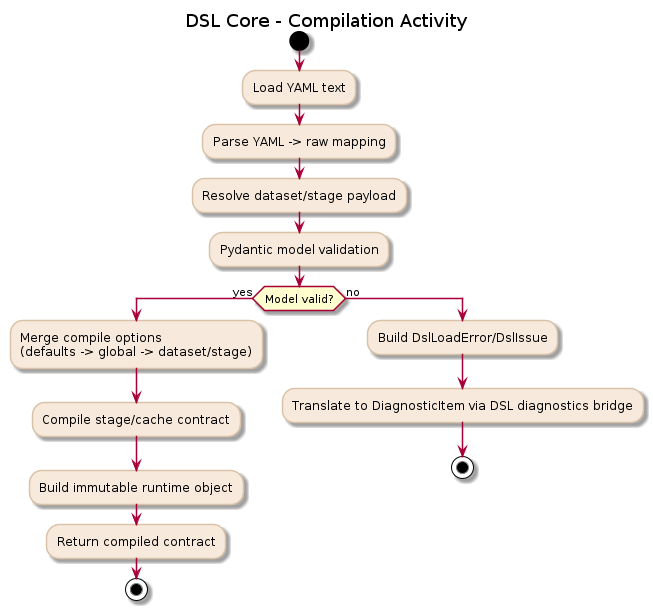
Before: docs/uml/transform/dsl/dsl_core_activity_compile.png, a diagram exported from PlantUML (xORex-LC/nexus-etl). Its source is kept beside it as docs/uml/transform/dsl/dsl_core_activity_compile.puml.
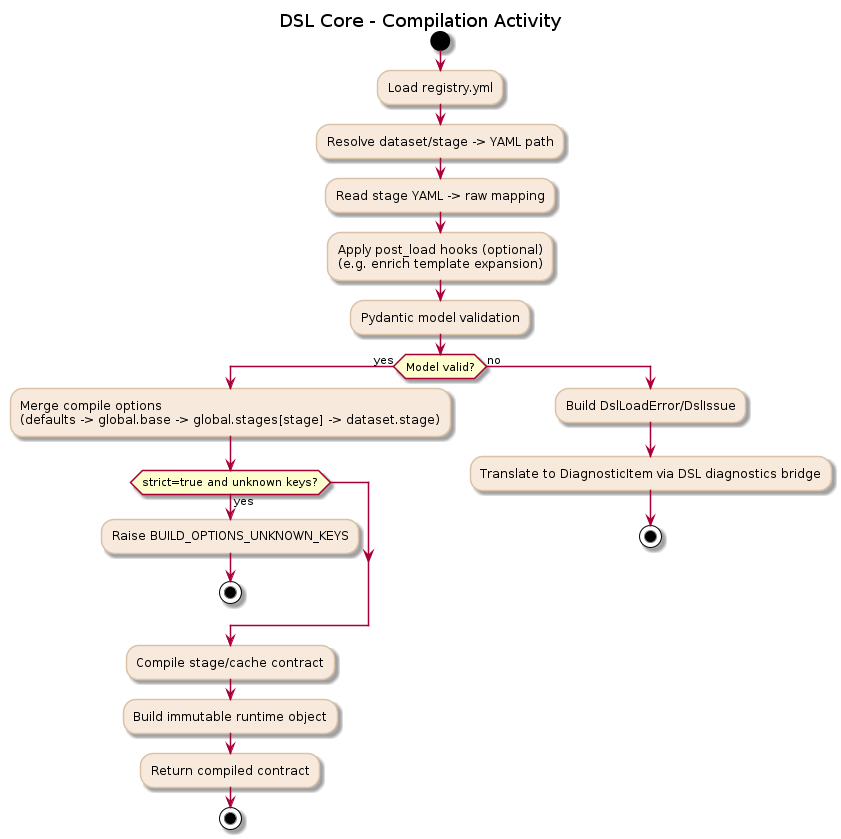
Later version of the same file.

Diff of the diagram source:
```diff
@@ -10,13 +10,18 @@
 }
 
 start
-:Load YAML text;
-:Parse YAML -> raw mapping;
-:Resolve dataset/stage payload;
+:Load registry.yml;
+:Resolve dataset/stage -> YAML path;
+:Read stage YAML -> raw mapping;
+:Apply post_load hooks (optional)\n(e.g. enrich template expansion);
 :Pydantic model validation;
 
 if (Model valid?) then (yes)
-  :Merge compile options\n(defaults -> global -> dataset/stage);
+  :Merge compile options\n(defaults -> global.base -> global.stages[stage] -> dataset.stage);
+  if (strict=true and unknown keys?) then (yes)
+    :Raise BUILD_OPTIONS_UNKNOWN_KEYS;
+    stop
+  endif
   :Compile stage/cache contract;
   :Build immutable runtime object;
   :Return compiled contract;
```
